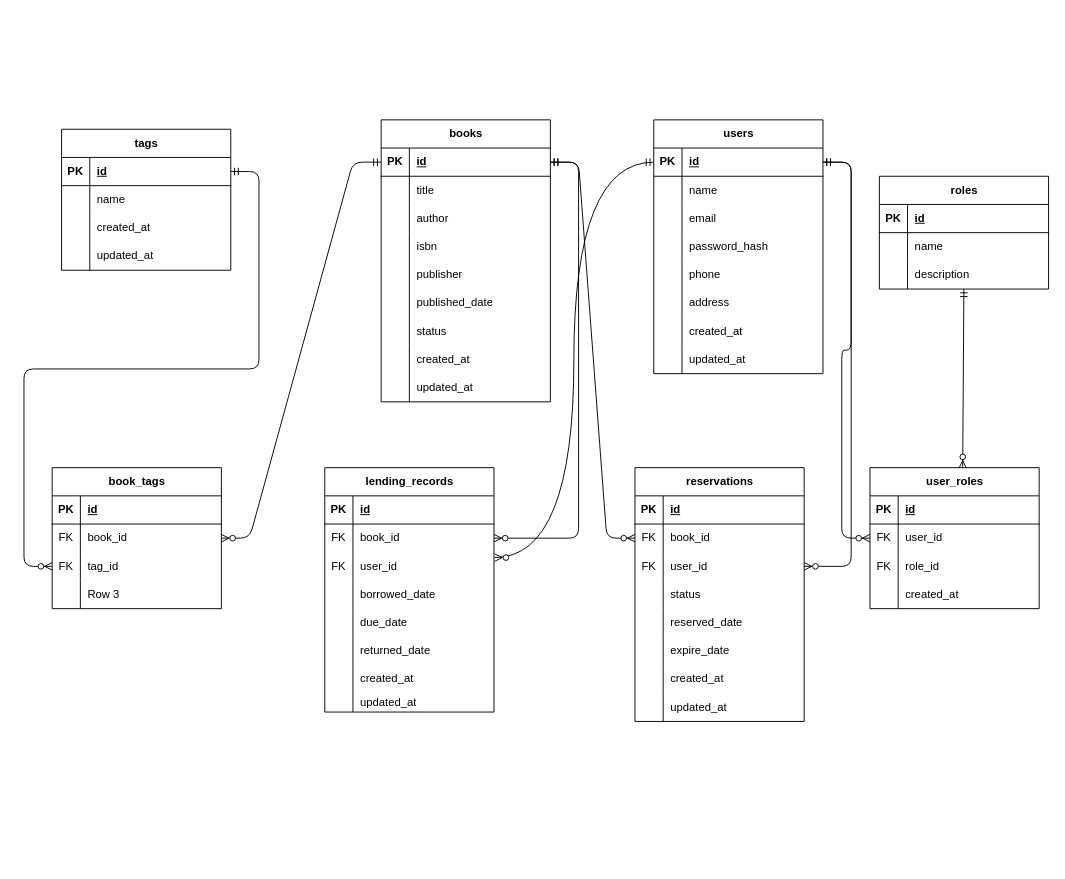
DaisukeKikukawa/Forkup keeps this draw.io diagram as Phase7/er.dio. Above is the earlier version. Source tidied: cells renumbered, new cells numbered last; positions are measured from the earlier drawing's top-left corner, leaving out a move shared by most shapes. Both pictures are drawn from the tidied source at 94%, with x=0, y=0 at pixel (52, 119).
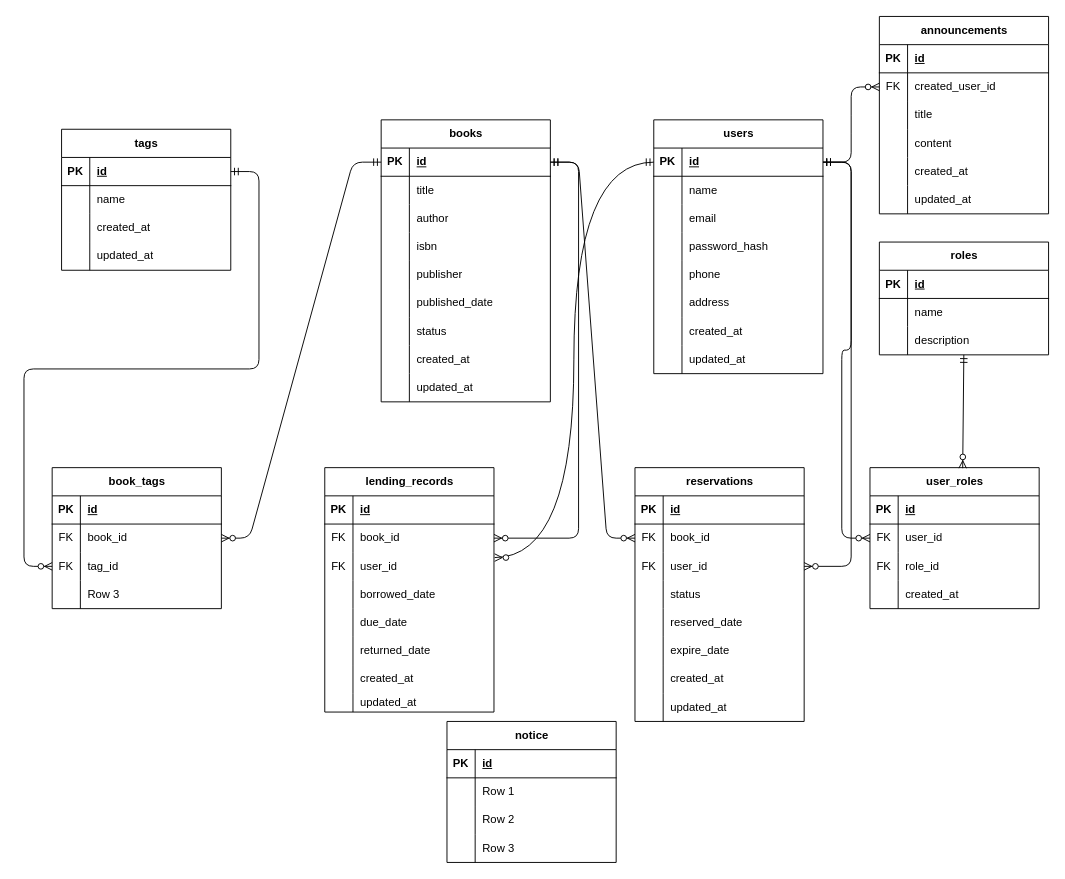
Above is the later version.

Commit message:
お知らせ機能のテーブル設計をER図に追加

The change refers to these unchanged cells:
```xml
<mxCell id="56" style="shape=tableRow;horizontal=0;startSize=0;swimlaneHead=0;swimlaneBody=0;fillColor=none;points=[[0,0.5],[1,0.5]];portConstraint=eastwest;top=0;left=0;right=0;bottom=1;" parent="55" vertex="1">
  <mxGeometry y="30" width="180" height="30" as="geometry" />
</mxCell>
```

The edit, as a diff of the source:
```diff
@@
     <mxCell id="105" value="roles" style="shape=table;startSize=30;childLayout=tableLayout;rowLines=0;fontStyle=1;align=center;html=1;" parent="1" vertex="1">
-      <mxGeometry x="880" y="60" width="180" height="120" as="geometry" />
+      <mxGeometry x="880" y="130" width="180" height="120" as="geometry" />
     </mxCell>
@@
+    <mxCell id="162" value="notice" style="shape=table;startSize=30;childLayout=tableLayout;rowLines=0;fontStyle=1;align=center;html=1;" parent="1" vertex="1">
+      <mxGeometry x="420" y="640" width="180" height="150" as="geometry" />
+    </mxCell>
+    <mxCell id="163" style="shape=tableRow;horizontal=0;startSize=0;swimlaneHead=0;swimlaneBody=0;fillColor=none;top=0;left=0;right=0;bottom=1;" parent="162" vertex="1">
+      <mxGeometry y="30" width="180" height="30" as="geometry" />
+    </mxCell>
+    <mxCell id="164" value="PK" style="shape=partialRectangle;fillColor=none;top=0;left=0;bottom=0;right=0;fontStyle=1;overflow=hidden;whiteSpace=wrap;html=1;" parent="163" vertex="1">
+      <mxGeometry width="30" height="30" as="geometry" />
+    </mxCell>
+    <mxCell id="165" value="id" style="shape=partialRectangle;fillColor=none;top=0;left=0;bottom=0;right=0;align=left;spacingLeft=6;fontStyle=5;overflow=hidden;whiteSpace=wrap;html=1;" parent="163" vertex="1">
+      <mxGeometry x="30" width="150" height="30" as="geometry" />
+    </mxCell>
+    <mxCell id="166" style="shape=tableRow;horizontal=0;startSize=0;swimlaneHead=0;swimlaneBody=0;fillColor=none;top=0;left=0;right=0;bottom=0;" parent="162" vertex="1">
+      <mxGeometry y="60" width="180" height="30" as="geometry" />
+    </mxCell>
+    <mxCell id="167" style="shape=partialRectangle;fillColor=none;top=0;left=0;bottom=0;right=0;overflow=hidden;whiteSpace=wrap;html=1;" parent="166" vertex="1">
+      <mxGeometry width="30" height="30" as="geometry" />
+    </mxCell>
+    <mxCell id="168" value="Row 1" style="shape=partialRectangle;fillColor=none;top=0;left=0;bottom=0;right=0;align=left;spacingLeft=6;overflow=hidden;whiteSpace=wrap;html=1;" parent="166" vertex="1">
+      <mxGeometry x="30" width="150" height="30" as="geometry" />
+    </mxCell>
+    <mxCell id="169" style="shape=tableRow;horizontal=0;startSize=0;swimlaneHead=0;swimlaneBody=0;fillColor=none;top=0;left=0;right=0;bottom=0;" parent="162" vertex="1">
+      <mxGeometry y="90" width="180" height="30" as="geometry" />
+    </mxCell>
+    <mxCell id="170" style="shape=partialRectangle;fillColor=none;top=0;left=0;bottom=0;right=0;overflow=hidden;whiteSpace=wrap;html=1;" parent="169" vertex="1">
+      <mxGeometry width="30" height="30" as="geometry" />
+    </mxCell>
+    <mxCell id="171" value="Row 2" style="shape=partialRectangle;fillColor=none;top=0;left=0;bottom=0;right=0;align=left;spacingLeft=6;overflow=hidden;whiteSpace=wrap;html=1;" parent="169" vertex="1">
+      <mxGeometry x="30" width="150" height="30" as="geometry" />
+    </mxCell>
+    <mxCell id="172" style="shape=tableRow;horizontal=0;startSize=0;swimlaneHead=0;swimlaneBody=0;fillColor=none;top=0;left=0;right=0;bottom=0;" parent="162" vertex="1">
+      <mxGeometry y="120" width="180" height="30" as="geometry" />
+    </mxCell>
+    <mxCell id="173" style="shape=partialRectangle;fillColor=none;top=0;left=0;bottom=0;right=0;overflow=hidden;whiteSpace=wrap;html=1;" parent="172" vertex="1">
+      <mxGeometry width="30" height="30" as="geometry" />
+    </mxCell>
+    <mxCell id="174" value="Row 3" style="shape=partialRectangle;fillColor=none;top=0;left=0;bottom=0;right=0;align=left;spacingLeft=6;overflow=hidden;whiteSpace=wrap;html=1;" parent="172" vertex="1">
+      <mxGeometry x="30" width="150" height="30" as="geometry" />
+    </mxCell>
+    <mxCell id="175" value="announcements" style="shape=table;startSize=30;childLayout=tableLayout;rowLines=0;fontStyle=1;align=center;html=1;" parent="1" vertex="1">
+      <mxGeometry x="880" y="-110" width="180" height="210" as="geometry" />
+    </mxCell>
+    <mxCell id="176" style="shape=tableRow;horizontal=0;startSize=0;swimlaneHead=0;swimlaneBody=0;fillColor=none;top=0;left=0;right=0;bottom=1;" parent="175" vertex="1">
+      <mxGeometry y="30" width="180" height="30" as="geometry" />
+    </mxCell>
+    <mxCell id="177" value="PK" style="shape=partialRectangle;fillColor=none;top=0;left=0;bottom=0;right=0;fontStyle=1;overflow=hidden;whiteSpace=wrap;html=1;" parent="176" vertex="1">
+      <mxGeometry width="30" height="30" as="geometry" />
+    </mxCell>
+    <mxCell id="178" value="id" style="shape=partialRectangle;fillColor=none;top=0;left=0;bottom=0;right=0;align=left;spacingLeft=6;fontStyle=5;overflow=hidden;whiteSpace=wrap;html=1;" parent="176" vertex="1">
+      <mxGeometry x="30" width="150" height="30" as="geometry" />
+    </mxCell>
+    <mxCell id="179" style="shape=tableRow;horizontal=0;startSize=0;swimlaneHead=0;swimlaneBody=0;fillColor=none;points=[[0,0.5],[1,0.5]];portConstraint=eastwest;top=0;left=0;right=0;bottom=0;" parent="175" vertex="1">
+      <mxGeometry y="60" width="180" height="30" as="geometry" />
+    </mxCell>
+    <mxCell id="180" value="FK" style="shape=partialRectangle;fillColor=none;top=0;left=0;bottom=0;right=0;overflow=hidden;whiteSpace=wrap;html=1;" parent="179" vertex="1">
+      <mxGeometry width="30" height="30" as="geometry" />
+    </mxCell>
+    <mxCell id="181" value="created_user_id" style="shape=partialRectangle;fillColor=none;top=0;left=0;bottom=0;right=0;align=left;spacingLeft=6;overflow=hidden;whiteSpace=wrap;html=1;" parent="179" vertex="1">
+      <mxGeometry x="30" width="150" height="30" as="geometry" />
+    </mxCell>
+    <mxCell id="182" style="shape=tableRow;horizontal=0;startSize=0;swimlaneHead=0;swimlaneBody=0;fillColor=none;top=0;left=0;right=0;bottom=0;" parent="175" vertex="1">
+      <mxGeometry y="90" width="180" height="30" as="geometry" />
+    </mxCell>
+    <mxCell id="183" style="shape=partialRectangle;fillColor=none;top=0;left=0;bottom=0;right=0;overflow=hidden;whiteSpace=wrap;html=1;" parent="182" vertex="1">
+      <mxGeometry width="30" height="30" as="geometry" />
+    </mxCell>
+    <mxCell id="184" value="title" style="shape=partialRectangle;fillColor=none;top=0;left=0;bottom=0;right=0;align=left;spacingLeft=6;overflow=hidden;whiteSpace=wrap;html=1;" parent="182" vertex="1">
+      <mxGeometry x="30" width="150" height="30" as="geometry" />
+    </mxCell>
+    <mxCell id="185" style="shape=tableRow;horizontal=0;startSize=0;swimlaneHead=0;swimlaneBody=0;fillColor=none;top=0;left=0;right=0;bottom=0;" parent="175" vertex="1">
+      <mxGeometry y="120" width="180" height="30" as="geometry" />
+    </mxCell>
+    <mxCell id="186" style="shape=partialRectangle;fillColor=none;top=0;left=0;bottom=0;right=0;overflow=hidden;whiteSpace=wrap;html=1;" parent="185" vertex="1">
+      <mxGeometry width="30" height="30" as="geometry" />
+    </mxCell>
+    <mxCell id="187" value="content" style="shape=partialRectangle;fillColor=none;top=0;left=0;bottom=0;right=0;align=left;spacingLeft=6;overflow=hidden;whiteSpace=wrap;html=1;" parent="185" vertex="1">
+      <mxGeometry x="30" width="150" height="30" as="geometry" />
+    </mxCell>
+    <mxCell id="188" style="shape=tableRow;horizontal=0;startSize=0;swimlaneHead=0;swimlaneBody=0;fillColor=none;top=0;left=0;right=0;bottom=0;" parent="175" vertex="1">
+      <mxGeometry y="150" width="180" height="30" as="geometry" />
+    </mxCell>
+    <mxCell id="189" style="shape=partialRectangle;fillColor=none;top=0;left=0;bottom=0;right=0;overflow=hidden;whiteSpace=wrap;html=1;" parent="188" vertex="1">
+      <mxGeometry width="30" height="30" as="geometry" />
+    </mxCell>
+    <mxCell id="190" value="created_at" style="shape=partialRectangle;fillColor=none;top=0;left=0;bottom=0;right=0;align=left;spacingLeft=6;overflow=hidden;whiteSpace=wrap;html=1;" parent="188" vertex="1">
+      <mxGeometry x="30" width="150" height="30" as="geometry" />
+    </mxCell>
+    <mxCell id="191" style="shape=tableRow;horizontal=0;startSize=0;swimlaneHead=0;swimlaneBody=0;fillColor=none;top=0;left=0;right=0;bottom=0;" parent="175" vertex="1">
+      <mxGeometry y="180" width="180" height="30" as="geometry" />
+    </mxCell>
+    <mxCell id="192" style="shape=partialRectangle;fillColor=none;top=0;left=0;bottom=0;right=0;overflow=hidden;whiteSpace=wrap;html=1;" parent="191" vertex="1">
+      <mxGeometry width="30" height="30" as="geometry" />
+    </mxCell>
+    <mxCell id="193" value="updated_at" style="shape=partialRectangle;fillColor=none;top=0;left=0;bottom=0;right=0;align=left;spacingLeft=6;overflow=hidden;whiteSpace=wrap;html=1;" parent="191" vertex="1">
+      <mxGeometry x="30" width="150" height="30" as="geometry" />
+    </mxCell>
+    <mxCell id="194" style="edgeStyle=entityRelationEdgeStyle;fontSize=12;html=1;endArrow=ERzeroToMany;startArrow=ERmandOne;entryX=0;entryY=0.5;entryDx=0;entryDy=0;" parent="1" edge="1" source="56" target="179">
+      <mxGeometry relative="1" as="geometry" />
+    </mxCell>
```
